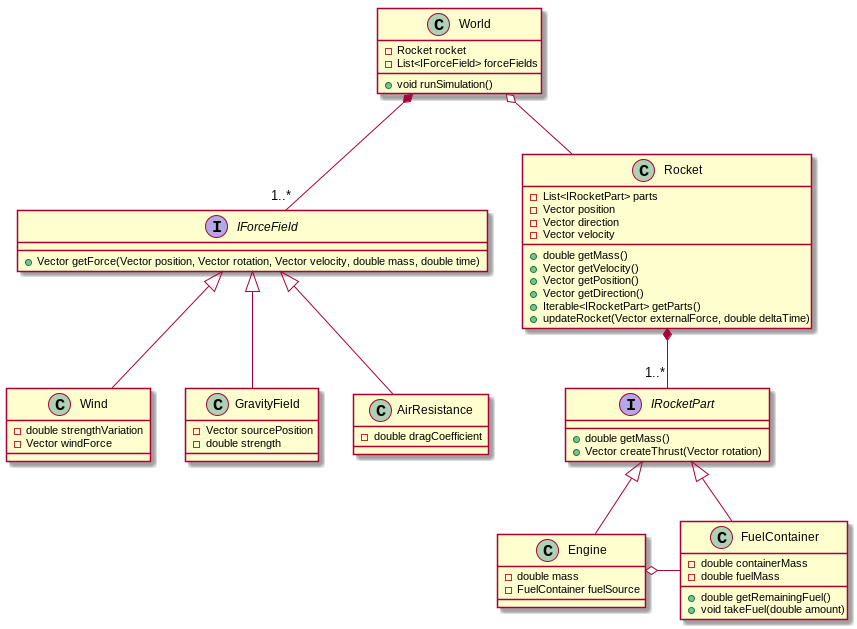
Before: docs/uml_diagram.png, a diagram exported from PlantUML (szyminson/oop-project). Source of this version:
```plantuml
@startuml

interface IRocketPart {
  + double getMass()
  + Vector createThrust(Vector rotation)
}

interface IForceField {
  + Vector getForce(Vector position, Vector rotation, Vector velocity, double mass, double time)
}

class Wind {
  - double strengthVariation
  - Vector windForce
}

class GravityField {
  - Vector sourcePosition
  - double strength
}

class AirResistance {
  - double dragCoefficient
}


World o-- Rocket
World *-- "1..*" IForceField

Rocket *-- "1..*" IRocketPart

IForceField <|-- Wind
IForceField <|-- GravityField
IForceField <|-- AirResistance

IRocketPart <|-- FuelContainer
IRocketPart <|-- Engine

Engine o- FuelContainer

class Engine {
  - double mass
  - FuelContainer fuelSource
}

class FuelContainer {
  - double containerMass
  - double fuelMass

  + double getRemainingFuel()
  + void takeFuel(double amount)
}

class World {
  - Rocket rocket
  - List<IForceField> forceFields

  + void runSimulation()
}

class Rocket {
  - List<IRocketPart> parts
  - Vector position
  - Vector direction
  - Vector velocity

  + double getMass()
  + Vector getVelocity()
  + Vector getPosition()
  + Vector getDirection()
  + Iterable<IRocketPart> getParts()
  + updateRocket(Vector externalForce, double deltaTime)
}

@enduml
```
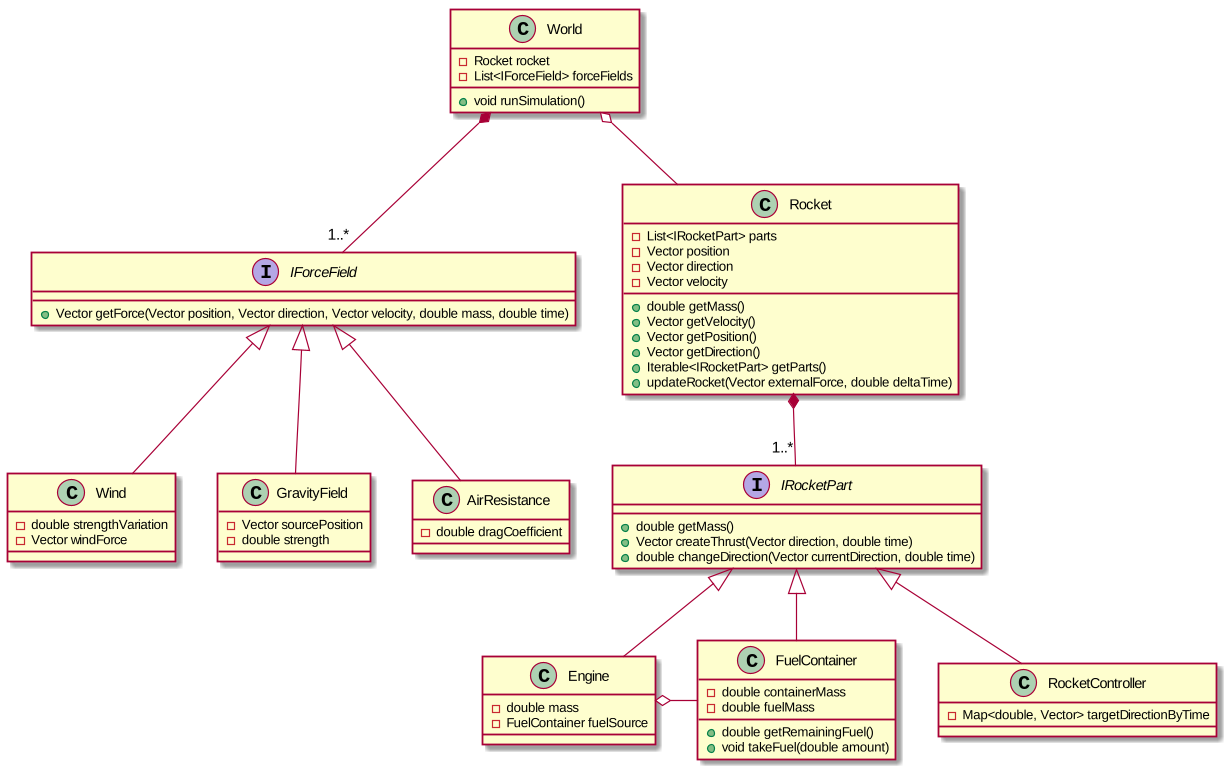
After the change.

Commit message:
Replace diagram images

Diff of the diagram source:
```diff
@@ -2,11 +2,12 @@
 
 interface IRocketPart {
   + double getMass()
-  + Vector createThrust(Vector rotation)
+  + Vector createThrust(Vector direction, double time)
+  + double changeDirection(Vector currentDirection, double time)
 }
 
 interface IForceField {
-  + Vector getForce(Vector position, Vector rotation, Vector velocity, double mass, double time)
+  + Vector getForce(Vector position, Vector direction, Vector velocity, double mass, double time)
 }
 
 class Wind {
@@ -35,6 +36,7 @@
 
 IRocketPart <|-- FuelContainer
 IRocketPart <|-- Engine
+IRocketPart <|-- RocketController
 
 Engine o- FuelContainer
 
@@ -49,6 +51,10 @@
 
   + double getRemainingFuel()
   + void takeFuel(double amount)
+}
+
+class RocketController {
+  - Map<double, Vector> targetDirectionByTime
 }
 
 class World {
```
